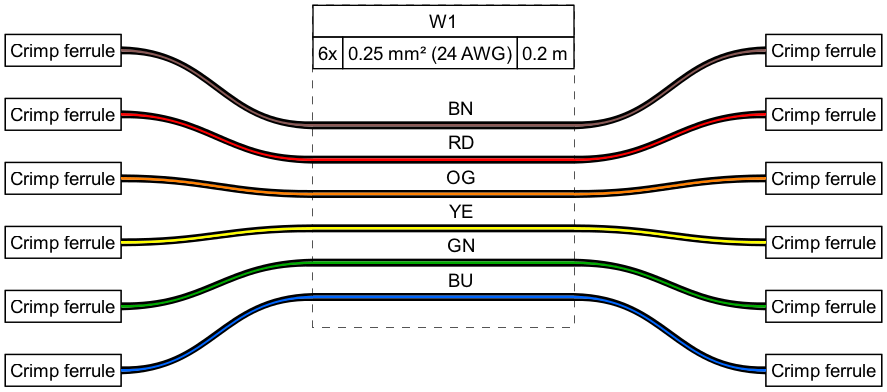
Above: examples/ex04.png in tobiasfalk/WireViz (Graphviz), before the change. Its source is kept beside it as examples/ex04.gv. The source it was exported from:
```dot
graph {
	graph [bgcolor="#FFFFFF" fontname=arial nodesep=0.33 rankdir=LR ranksep=2]
	node [fillcolor="#FFFFFF" fontname=arial height=0 margin=0 shape=none style=filled width=0]
	edge [fontname=arial style=bold]
	AUTOGENERATED_F_1 [label=<
<table border="0" cellspacing="0" cellpadding="0" port="p1r" bgcolor="#FFFFFF">
 <tr>
  <td port="p1l">
   <table border="0" cellborder="1" cellpadding="3" cellspacing="0">
    <tr>
     <td>Crimp ferrule</td>
    </tr>
   </table>
  </td>
 </tr>
</table>
> shape=box style=filled]
	AUTOGENERATED_F_2 [label=<
<table border="0" cellspacing="0" cellpadding="0" port="p1r" bgcolor="#FFFFFF">
 <tr>
  <td port="p1l">
   <table border="0" cellborder="1" cellpadding="3" cellspacing="0">
    <tr>
     <td>Crimp ferrule</td>
    </tr>
   </table>
  </td>
 </tr>
</table>
> shape=box style=filled]
	AUTOGENERATED_F_3 [label=<
<table border="0" cellspacing="0" cellpadding="0" port="p1r" bgcolor="#FFFFFF">
 <tr>
  <td port="p1l">
   <table border="0" cellborder="1" cellpadding="3" cellspacing="0">
    <tr>
     <td>Crimp ferrule</td>
    </tr>
   </table>
  </td>
 </tr>
</table>
> shape=box style=filled]
	AUTOGENERATED_F_4 [label=<
<table border="0" cellspacing="0" cellpadding="0" port="p1r" bgcolor="#FFFFFF">
 <tr>
  <td port="p1l">
   <table border="0" cellborder="1" cellpadding="3" cellspacing="0">
    <tr>
     <td>Crimp ferrule</td>
    </tr>
   </table>
  </td>
 </tr>
</table>
> shape=box style=filled]
	AUTOGENERATED_F_5 [label=<
<table border="0" cellspacing="0" cellpadding="0" port="p1r" bgcolor="#FFFFFF">
 <tr>
  <td port="p1l">
   <table border="0" cellborder="1" cellpadding="3" cellspacing="0">
    <tr>
     <td>Crimp ferrule</td>
    </tr>
   </table>
  </td>
 </tr>
</table>
> shape=box style=filled]
	AUTOGENERATED_F_6 [label=<
<table border="0" cellspacing="0" cellpadding="0" port="p1r" bgcolor="#FFFFFF">
 <tr>
  <td port="p1l">
   <table border="0" cellborder="1" cellpadding="3" cellspacing="0">
    <tr>
     <td>Crimp ferrule</td>
    </tr>
   </table>
  </td>
 </tr>
</table>
> shape=box style=filled]
	AUTOGENERATED_F_7 [label=<
<table border="0" cellspacing="0" cellpadding="0" port="p1r" bgcolor="#FFFFFF">
 <tr>
  <td port="p1l">
   <table border="0" cellborder="1" cellpadding="3" cellspacing="0">
    <tr>
     <td>Crimp ferrule</td>
    </tr>
   </table>
  </td>
 </tr>
</table>
> shape=box style=filled]
	AUTOGENERATED_F_8 [label=<
<table border="0" cellspacing="0" cellpadding="0" port="p1r" bgcolor="#FFFFFF">
 <tr>
  <td port="p1l">
   <table border="0" cellborder="1" cellpadding="3" cellspacing="0">
    <tr>
     <td>Crimp ferrule</td>
    </tr>
   </table>
  </td>
 </tr>
</table>
> shape=box style=filled]
	AUTOGENERATED_F_9 [label=<
<table border="0" cellspacing="0" cellpadding="0" port="p1r" bgcolor="#FFFFFF">
 <tr>
  <td port="p1l">
   <table border="0" cellborder="1" cellpadding="3" cellspacing="0">
    <tr>
     <td>Crimp ferrule</td>
    </tr>
   </table>
  </td>
 </tr>
</table>
> shape=box style=filled]
	AUTOGENERATED_F_10 [label=<
<table border="0" cellspacing="0" cellpadding="0" port="p1r" bgcolor="#FFFFFF">
 <tr>
  <td port="p1l">
   <table border="0" cellborder="1" cellpadding="3" cellspacing="0">
    <tr>
     <td>Crimp ferrule</td>
    </tr>
   </table>
  </td>
 </tr>
</table>
> shape=box style=filled]
	AUTOGENERATED_F_11 [label=<
<table border="0" cellspacing="0" cellpadding="0" port="p1r" bgcolor="#FFFFFF">
 <tr>
  <td port="p1l">
   <table border="0" cellborder="1" cellpadding="3" cellspacing="0">
    <tr>
     <td>Crimp ferrule</td>
    </tr>
   </table>
  </td>
 </tr>
</table>
> shape=box style=filled]
	AUTOGENERATED_F_12 [label=<
<table border="0" cellspacing="0" cellpadding="0" port="p1r" bgcolor="#FFFFFF">
 <tr>
  <td port="p1l">
   <table border="0" cellborder="1" cellpadding="3" cellspacing="0">
    <tr>
     <td>Crimp ferrule</td>
    </tr>
   </table>
  </td>
 </tr>
</table>
> shape=box style=filled]
	W1 [label=<
<table border="0" cellspacing="0" cellpadding="0" bgcolor="#FFFFFF">
 <tr>
  <td>
   <table border="0" cellborder="1" cellpadding="3" cellspacing="0">
    <tr>
     <td>W1</td>
    </tr>
   </table>
  </td>
 </tr>
 <tr>
  <td>
   <table border="0" cellborder="1" cellpadding="3" cellspacing="0">
    <tr>
     <td>6x</td>
     <td>0.25 mm² (24 AWG)</td>
     <td>0.2 m</td>
    </tr>
   </table>
  </td>
 </tr>
 <tr>
  <td>
   <table border="0" cellborder="0" cellspacing="0">
    <tr>
     <td>&nbsp;</td>
    </tr>
    <tr>
     <td align="left"> </td>
     <td> </td>
     <td></td>
     <td>BN</td>
     <td> </td>
     <td align="right"> </td>
    </tr>
    <tr>
     <td border="0" cellspacing="0" cellpadding="0" colspan="6" height="6" port="w1">
      <table border="0" cellborder="0" cellspacing="0">
       <tr>
        <td bgcolor="#000000" border="0" cellpadding="0" colspan="6" height="2"></td>
       </tr>
       <tr>
        <td bgcolor="#895956" border="0" cellpadding="0" colspan="6" height="2"></td>
       </tr>
       <tr>
        <td bgcolor="#000000" border="0" cellpadding="0" colspan="6" height="2"></td>
       </tr>
      </table>
     </td>
    </tr>
    <tr>
     <td align="left"> </td>
     <td> </td>
     <td></td>
     <td>RD</td>
     <td> </td>
     <td align="right"> </td>
    </tr>
    <tr>
     <td border="0" cellspacing="0" cellpadding="0" colspan="6" height="6" port="w2">
      <table border="0" cellborder="0" cellspacing="0">
       <tr>
        <td bgcolor="#000000" border="0" cellpadding="0" colspan="6" height="2"></td>
       </tr>
       <tr>
        <td bgcolor="#FF0000" border="0" cellpadding="0" colspan="6" height="2"></td>
       </tr>
       <tr>
        <td bgcolor="#000000" border="0" cellpadding="0" colspan="6" height="2"></td>
       </tr>
      </table>
     </td>
    </tr>
    <tr>
     <td align="left"> </td>
     <td> </td>
     <td></td>
     <td>OG</td>
     <td> </td>
     <td align="right"> </td>
    </tr>
    <tr>
     <td border="0" cellspacing="0" cellpadding="0" colspan="6" height="6" port="w3">
      <table border="0" cellborder="0" cellspacing="0">
       <tr>
        <td bgcolor="#000000" border="0" cellpadding="0" colspan="6" height="2"></td>
       </tr>
       <tr>
        <td bgcolor="#FF8000" border="0" cellpadding="0" colspan="6" height="2"></td>
       </tr>
       <tr>
        <td bgcolor="#000000" border="0" cellpadding="0" colspan="6" height="2"></td>
       </tr>
      </table>
     </td>
    </tr>
    <tr>
     <td align="left"> </td>
     <td> </td>
     <td></td>
     <td>YE</td>
     <td> </td>
     <td align="right"> </td>
    </tr>
    <tr>
     <td border="0" cellspacing="0" cellpadding="0" colspan="6" height="6" port="w4">
      <table border="0" cellborder="0" cellspacing="0">
       <tr>
        <td bgcolor="#000000" border="0" cellpadding="0" colspan="6" height="2"></td>
       </tr>
       <tr>
        <td bgcolor="#FFFF00" border="0" cellpadding="0" colspan="6" height="2"></td>
       </tr>
       <tr>
        <td bgcolor="#000000" border="0" cellpadding="0" colspan="6" height="2"></td>
       </tr>
      </table>
     </td>
    </tr>
    <tr>
     <td align="left"> </td>
     <td> </td>
     <td></td>
     <td>GN</td>
     <td> </td>
     <td align="right"> </td>
    </tr>
    <tr>
     <td border="0" cellspacing="0" cellpadding="0" colspan="6" height="6" port="w5">
      <table border="0" cellborder="0" cellspacing="0">
       <tr>
        <td bgcolor="#000000" border="0" cellpadding="0" colspan="6" height="2"></td>
       </tr>
       <tr>
        <td bgcolor="#00AA00" border="0" cellpadding="0" colspan="6" height="2"></td>
       </tr>
       <tr>
        <td bgcolor="#000000" border="0" cellpadding="0" colspan="6" height="2"></td>
       </tr>
      </table>
     </td>
    </tr>
    <tr>
     <td align="left"> </td>
     <td> </td>
     <td></td>
     <td>BU</td>
     <td> </td>
     <td align="right"> </td>
    </tr>
    <tr>
     <td border="0" cellspacing="0" cellpadding="0" colspan="6" height="6" port="w6">
      <table border="0" cellborder="0" cellspacing="0">
       <tr>
        <td bgcolor="#000000" border="0" cellpadding="0" colspan="6" height="2"></td>
       </tr>
       <tr>
        <td bgcolor="#0066FF" border="0" cellpadding="0" colspan="6" height="2"></td>
       </tr>
       <tr>
        <td bgcolor="#000000" border="0" cellpadding="0" colspan="6" height="2"></td>
       </tr>
      </table>
     </td>
    </tr>
    <tr>
     <td>&nbsp;</td>
    </tr>
   </table>
  </td>
 </tr>
</table>
> shape=box style="filled,dashed"]
	edge [color="#000000:#895956:#000000"]
	AUTOGENERATED_F_1:e -- W1:w1:w
	W1:w1:e -- AUTOGENERATED_F_7:w
	edge [color="#000000:#FF0000:#000000"]
	AUTOGENERATED_F_2:e -- W1:w2:w
	W1:w2:e -- AUTOGENERATED_F_8:w
	edge [color="#000000:#FF8000:#000000"]
	AUTOGENERATED_F_3:e -- W1:w3:w
	W1:w3:e -- AUTOGENERATED_F_9:w
	edge [color="#000000:#FFFF00:#000000"]
	AUTOGENERATED_F_4:e -- W1:w4:w
	W1:w4:e -- AUTOGENERATED_F_10:w
	edge [color="#000000:#00AA00:#000000"]
	AUTOGENERATED_F_5:e -- W1:w5:w
	W1:w5:e -- AUTOGENERATED_F_11:w
	edge [color="#000000:#0066FF:#000000"]
	AUTOGENERATED_F_6:e -- W1:w6:w
	W1:w6:e -- AUTOGENERATED_F_12:w
}
```
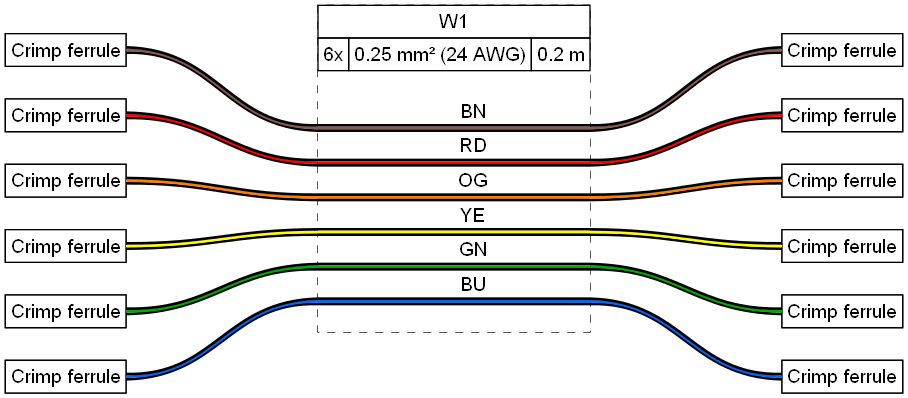
After the change.

Change to the diagram source:
```diff
@@ -195,19 +195,7 @@
      <td align="right"> </td>
     </tr>
     <tr>
-     <td border="0" cellspacing="0" cellpadding="0" colspan="6" height="6" port="w1">
-      <table border="0" cellborder="0" cellspacing="0">
-       <tr>
-        <td bgcolor="#000000" border="0" cellpadding="0" colspan="6" height="2"></td>
-       </tr>
-       <tr>
-        <td bgcolor="#895956" border="0" cellpadding="0" colspan="6" height="2"></td>
-       </tr>
-       <tr>
-        <td bgcolor="#000000" border="0" cellpadding="0" colspan="6" height="2"></td>
-       </tr>
-      </table>
-     </td>
+     <td border="0" cellspacing="0" cellpadding="0" colspan="6" height="6" port="w1"></td>
     </tr>
     <tr>
      <td align="left"> </td>
@@ -218,19 +206,7 @@
      <td align="right"> </td>
     </tr>
     <tr>
-     <td border="0" cellspacing="0" cellpadding="0" colspan="6" height="6" port="w2">
-      <table border="0" cellborder="0" cellspacing="0">
-       <tr>
-        <td bgcolor="#000000" border="0" cellpadding="0" colspan="6" height="2"></td>
-       </tr>
-       <tr>
-        <td bgcolor="#FF0000" border="0" cellpadding="0" colspan="6" height="2"></td>
-       </tr>
-       <tr>
-        <td bgcolor="#000000" border="0" cellpadding="0" colspan="6" height="2"></td>
-       </tr>
-      </table>
-     </td>
+     <td border="0" cellspacing="0" cellpadding="0" colspan="6" height="6" port="w2"></td>
     </tr>
     <tr>
      <td align="left"> </td>
@@ -241,19 +217,7 @@
      <td align="right"> </td>
     </tr>
     <tr>
-     <td border="0" cellspacing="0" cellpadding="0" colspan="6" height="6" port="w3">
-      <table border="0" cellborder="0" cellspacing="0">
-       <tr>
-        <td bgcolor="#000000" border="0" cellpadding="0" colspan="6" height="2"></td>
-       </tr>
-       <tr>
-        <td bgcolor="#FF8000" border="0" cellpadding="0" colspan="6" height="2"></td>
-       </tr>
-       <tr>
-        <td bgcolor="#000000" border="0" cellpadding="0" colspan="6" height="2"></td>
-       </tr>
-      </table>
-     </td>
+     <td border="0" cellspacing="0" cellpadding="0" colspan="6" height="6" port="w3"></td>
     </tr>
     <tr>
      <td align="left"> </td>
@@ -264,19 +228,7 @@
      <td align="right"> </td>
     </tr>
     <tr>
-     <td border="0" cellspacing="0" cellpadding="0" colspan="6" height="6" port="w4">
-      <table border="0" cellborder="0" cellspacing="0">
-       <tr>
-        <td bgcolor="#000000" border="0" cellpadding="0" colspan="6" height="2"></td>
-       </tr>
-       <tr>
-        <td bgcolor="#FFFF00" border="0" cellpadding="0" colspan="6" height="2"></td>
-       </tr>
-       <tr>
-        <td bgcolor="#000000" border="0" cellpadding="0" colspan="6" height="2"></td>
-       </tr>
-      </table>
-     </td>
+     <td border="0" cellspacing="0" cellpadding="0" colspan="6" height="6" port="w4"></td>
     </tr>
     <tr>
      <td align="left"> </td>
@@ -287,19 +239,7 @@
      <td align="right"> </td>
     </tr>
     <tr>
-     <td border="0" cellspacing="0" cellpadding="0" colspan="6" height="6" port="w5">
-      <table border="0" cellborder="0" cellspacing="0">
-       <tr>
-        <td bgcolor="#000000" border="0" cellpadding="0" colspan="6" height="2"></td>
-       </tr>
-       <tr>
-        <td bgcolor="#00AA00" border="0" cellpadding="0" colspan="6" height="2"></td>
-       </tr>
-       <tr>
-        <td bgcolor="#000000" border="0" cellpadding="0" colspan="6" height="2"></td>
-       </tr>
-      </table>
-     </td>
+     <td border="0" cellspacing="0" cellpadding="0" colspan="6" height="6" port="w5"></td>
     </tr>
     <tr>
      <td align="left"> </td>
@@ -310,19 +250,7 @@
      <td align="right"> </td>
     </tr>
     <tr>
-     <td border="0" cellspacing="0" cellpadding="0" colspan="6" height="6" port="w6">
-      <table border="0" cellborder="0" cellspacing="0">
-       <tr>
-        <td bgcolor="#000000" border="0" cellpadding="0" colspan="6" height="2"></td>
-       </tr>
-       <tr>
-        <td bgcolor="#0066FF" border="0" cellpadding="0" colspan="6" height="2"></td>
-       </tr>
-       <tr>
-        <td bgcolor="#000000" border="0" cellpadding="0" colspan="6" height="2"></td>
-       </tr>
-      </table>
-     </td>
+     <td border="0" cellspacing="0" cellpadding="0" colspan="6" height="6" port="w6"></td>
     </tr>
     <tr>
      <td>&nbsp;</td>
@@ -350,4 +278,10 @@
 	edge [color="#000000:#0066FF:#000000"]
 	AUTOGENERATED_F_6:e -- W1:w6:w
 	W1:w6:e -- AUTOGENERATED_F_12:w
+	W1:w1:e -- W1:w1:w [color="#000000:#895956:#000000" straight=straight]
+	W1:w2:e -- W1:w2:w [color="#000000:#FF0000:#000000" straight=straight]
+	W1:w3:e -- W1:w3:w [color="#000000:#FF8000:#000000" straight=straight]
+	W1:w4:e -- W1:w4:w [color="#000000:#FFFF00:#000000" straight=straight]
+	W1:w5:e -- W1:w5:w [color="#000000:#00AA00:#000000" straight=straight]
+	W1:w6:e -- W1:w6:w [color="#000000:#0066FF:#000000" straight=straight]
 }
```
